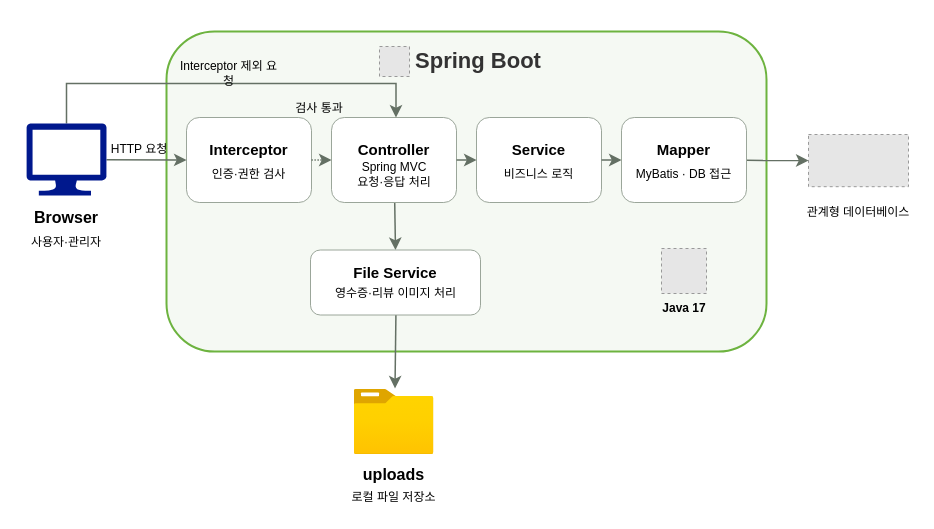
Earlier version of the draw.io diagram docs/architecture.drawio (ahyun00/foodreview). Source tidied: cells renumbered, new cells numbered last; positions are measured from the earlier drawing's top-left corner, leaving out a move shared by most shapes. Both pictures are drawn from the tidied source at 100%, with x=0, y=0 at pixel (26, 31). Pictures stored in the file or linked from it are replaced by grey dashed boxes.
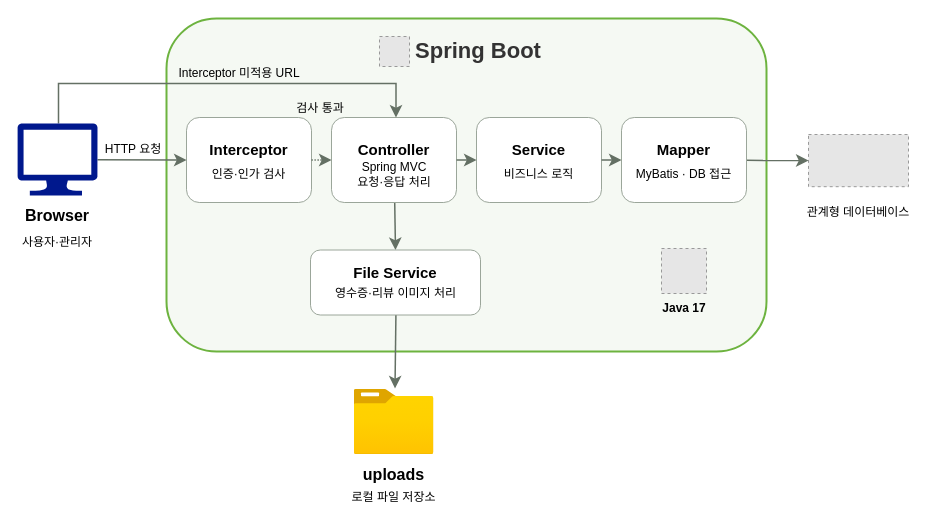
The same page after the edit.

The change refers to these unchanged cells:
```xml
<mxCell id="5" style="rounded=1;whiteSpace=wrap;html=1;roundedPerimeter=1;strokeColor=#9BA69A;" parent="1" vertex="1">
  <mxGeometry x="305" y="86" width="125" height="85" as="geometry" />
</mxCell>
```

What changed in the source:
```diff
@@
     <mxCell id="2" style="rounded=1;whiteSpace=wrap;html=1;roundedPerimeter=1;fillColor=#F5F9F3;strokeColor=#6DB33F;strokeWidth=2;" parent="1" vertex="1">
-      <mxGeometry x="140" width="600" height="320" as="geometry" />
+      <mxGeometry x="140" y="-13" width="600" height="333" as="geometry" />
     </mxCell>
@@
-    <mxCell id="15" value="인증·권한 검사" style="text;html=1;whiteSpace=wrap;strokeColor=none;fillColor=none;align=center;verticalAlign=middle;rounded=0;" parent="1" vertex="1">
+    <mxCell id="15" value="인증·인가 검사" style="text;html=1;whiteSpace=wrap;strokeColor=none;fillColor=none;align=center;verticalAlign=middle;rounded=0;" parent="1" vertex="1">
       <mxGeometry x="179" y="128" width="87" height="30" as="geometry" />
     </mxCell>
@@
     <mxCell id="24" value="검사 통과" style="text;html=1;whiteSpace=wrap;strokeColor=none;fillColor=none;align=center;verticalAlign=middle;rounded=0;" parent="1" vertex="1">
-      <mxGeometry x="253" y="62" width="80" height="30" as="geometry" />
+      <mxGeometry x="254" y="62" width="80" height="30" as="geometry" />
     </mxCell>
@@
     <mxCell id="26" style="edgeStyle=orthogonalEdgeStyle;rounded=0;jettySize=auto;html=1;fontSize=12;defaultLabelBackgroundColor=page;labelPadding=0 4;startSize=8;endSize=8;strokeColor=#647064;strokeWidth=1.5;" parent="1" edge="1" source="27" target="5">
-      <mxGeometry x="0.42" relative="1" as="geometry">
+      <mxGeometry x="0.43" relative="1" as="geometry">
         <Array as="points">
-          <mxPoint x="40" y="52" />
+          <mxPoint x="32" y="52" />
           <mxPoint x="369.5" y="52" />
         </Array>
       </mxGeometry>
     </mxCell>
     <mxCell id="27" style="sketch=0;shadow=0;dashed=0;html=1;strokeColor=none;labelPosition=center;verticalLabelPosition=bottom;verticalAlign=top;align=center;fillColor=#00188D;shape=mxgraph.azure.computer;labelPerimeter=1;" parent="1" vertex="1">
-      <mxGeometry y="92" width="80" height="72" as="geometry" />
+      <mxGeometry x="-9" y="92" width="80" height="72" as="geometry" />
     </mxCell>
     <mxCell id="28" value="Browser" style="text;html=1;whiteSpace=wrap;strokeColor=none;fillColor=none;align=center;verticalAlign=middle;rounded=0;fontSize=16;fontStyle=1;" parent="1" vertex="1">
-      <mxGeometry x="10" y="171" width="60" height="30" as="geometry" />
+      <mxGeometry x="1" y="169" width="60" height="30" as="geometry" />
     </mxCell>
     <mxCell id="29" value="사용자·관리자" style="text;html=1;whiteSpace=wrap;strokeColor=none;fillColor=none;align=center;verticalAlign=middle;rounded=0;" parent="1" vertex="1">
-      <mxGeometry x="3" y="196" width="74" height="30" as="geometry" />
+      <mxGeometry x="-6" y="196" width="74" height="30" as="geometry" />
     </mxCell>
@@
-    <mxCell id="35" value="Interceptor 제외 요청" style="text;html=1;whiteSpace=wrap;strokeColor=none;fillColor=none;align=center;verticalAlign=middle;rounded=0;" parent="1" vertex="1">
-      <mxGeometry x="148" y="27" width="109" height="30" as="geometry" />
+    <mxCell id="35" value="Interceptor 미적용 URL" style="text;html=1;whiteSpace=wrap;strokeColor=none;fillColor=none;align=center;verticalAlign=middle;rounded=0;" parent="1" vertex="1">
+      <mxGeometry x="148" y="27" width="130" height="30" as="geometry" />
     </mxCell>
     <mxCell id="36" value="HTTP 요청" style="text;html=1;whiteSpace=wrap;strokeColor=none;fillColor=none;align=center;verticalAlign=middle;rounded=0;" parent="1" vertex="1">
-      <mxGeometry x="73" y="103" width="80" height="30" as="geometry" />
+      <mxGeometry x="67" y="103" width="80" height="30" as="geometry" />
     </mxCell>
     <mxCell id="37" style="group;" parent="1" vertex="1">
-      <mxGeometry x="353" y="15" width="174" height="30" as="geometry" />
+      <mxGeometry x="353" y="5" width="174" height="30" as="geometry" />
     </mxCell>
```
